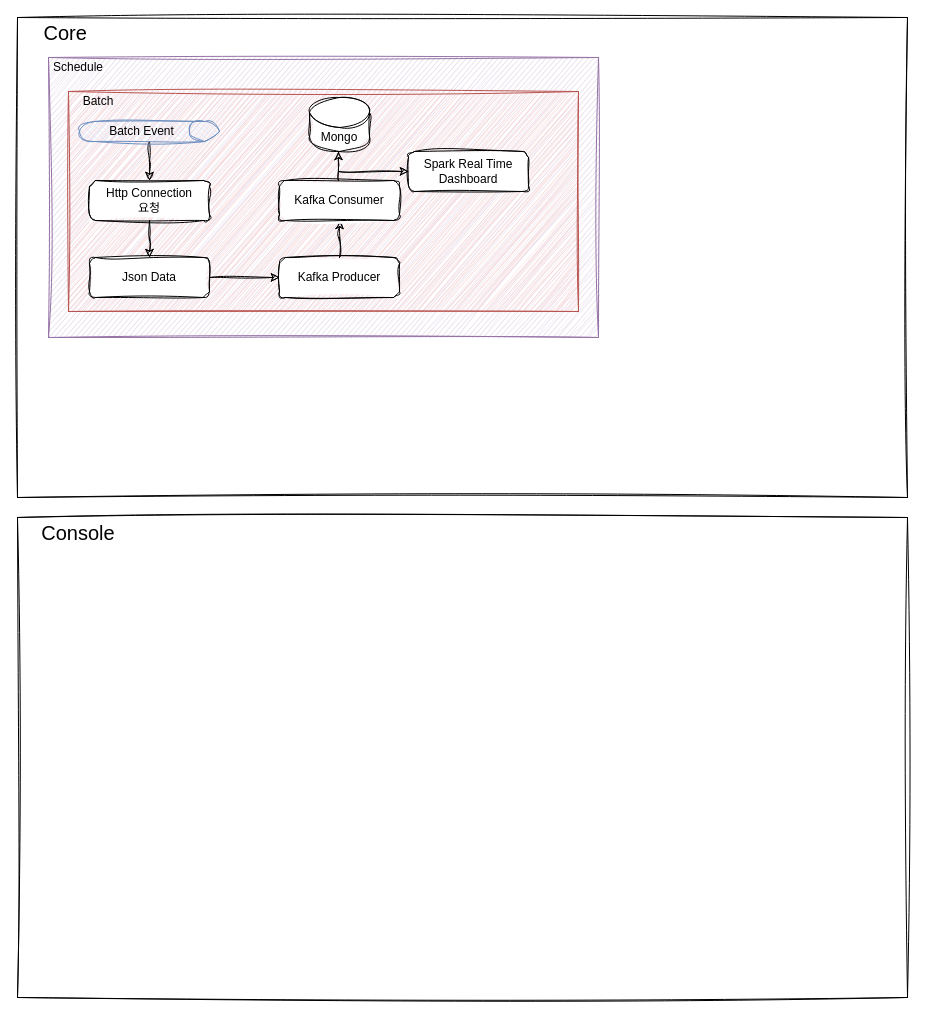
This is docs/collectData.drawio from lima1016/HelloToday, a draw.io file, before an edit. Source tidied: cells renumbered, new cells numbered last; positions are measured from the earlier drawing's top-left corner, leaving out a move shared by most shapes. Both pictures are drawn from the tidied source at 100%, with x=0, y=0 at pixel (17, 17).
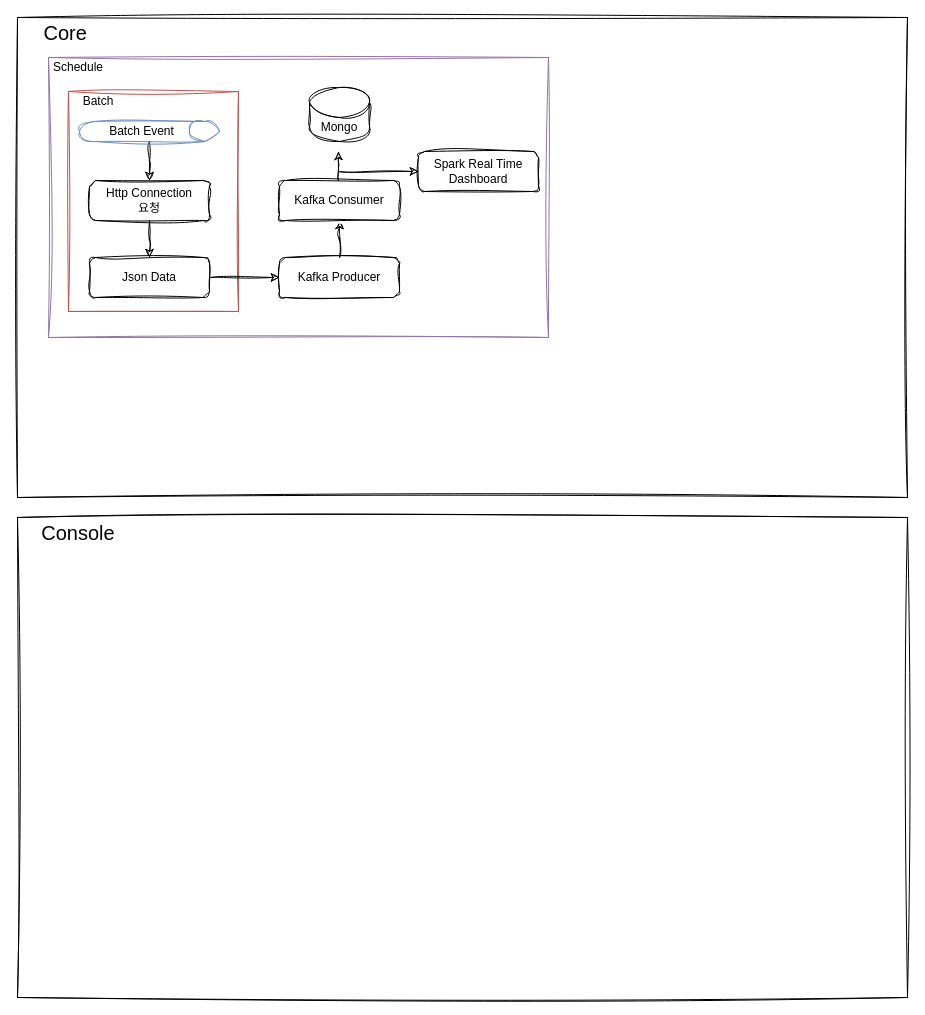
Above is the later version.

Diff of the diagram source:
```diff
@@
-    <mxCell id="3" style="rounded=0;whiteSpace=wrap;html=1;fillColor=#e1d5e7;strokeColor=#9673a6;glass=0;shadow=0;sketch=1;curveFitting=1;jiggle=2;" parent="1" vertex="1">
-      <mxGeometry x="31" y="40" width="550" height="280" as="geometry" />
+    <mxCell id="3" style="rounded=0;whiteSpace=wrap;html=1;fillColor=none;strokeColor=#9673a6;glass=0;shadow=0;sketch=1;curveFitting=1;jiggle=2;" parent="1" vertex="1">
+      <mxGeometry x="31" y="40" width="500" height="280" as="geometry" />
     </mxCell>
-    <mxCell id="4" style="rounded=0;whiteSpace=wrap;html=1;fillColor=#f8cecc;strokeColor=#b85450;sketch=1;curveFitting=1;jiggle=2;" parent="1" vertex="1">
-      <mxGeometry x="51" y="74" width="510" height="220" as="geometry" />
+    <mxCell id="4" style="rounded=0;whiteSpace=wrap;html=1;fillColor=none;strokeColor=#b85450;sketch=1;curveFitting=1;jiggle=2;" parent="1" vertex="1">
+      <mxGeometry x="51" y="74" width="170" height="220" as="geometry" />
     </mxCell>
@@
-    <mxCell id="17" value="Batch Event" style="shape=cylinder3;whiteSpace=wrap;html=1;boundedLbl=1;backgroundOutline=1;size=15;direction=south;fillColor=#dae8fc;strokeColor=#6c8ebf;sketch=1;curveFitting=1;jiggle=2;" parent="1" vertex="1">
+    <mxCell id="17" value="Batch Event" style="shape=cylinder3;whiteSpace=wrap;html=1;boundedLbl=1;backgroundOutline=1;size=15;direction=south;fillColor=none;strokeColor=#6c8ebf;sketch=1;curveFitting=1;jiggle=2;" parent="1" vertex="1">
       <mxGeometry x="62" y="104" width="140" height="20" as="geometry" />
     </mxCell>
     <mxCell id="18" value="Spark Real Time Dashboard" style="rounded=1;whiteSpace=wrap;html=1;fontSize=12;glass=0;strokeWidth=1;shadow=0;sketch=1;curveFitting=1;jiggle=2;" parent="1" vertex="1">
-      <mxGeometry x="391" y="134" width="120" height="40" as="geometry" />
+      <mxGeometry x="401" y="134" width="120" height="40" as="geometry" />
     </mxCell>
@@
     <mxCell id="22" value="Mongo" style="shape=cylinder3;whiteSpace=wrap;html=1;boundedLbl=1;backgroundOutline=1;size=15;shadow=0;sketch=1;curveFitting=1;jiggle=2;" parent="1" vertex="1">
-      <mxGeometry x="292" y="80" width="60" height="54" as="geometry" />
+      <mxGeometry x="292" y="70" width="60" height="54" as="geometry" />
     </mxCell>
```
